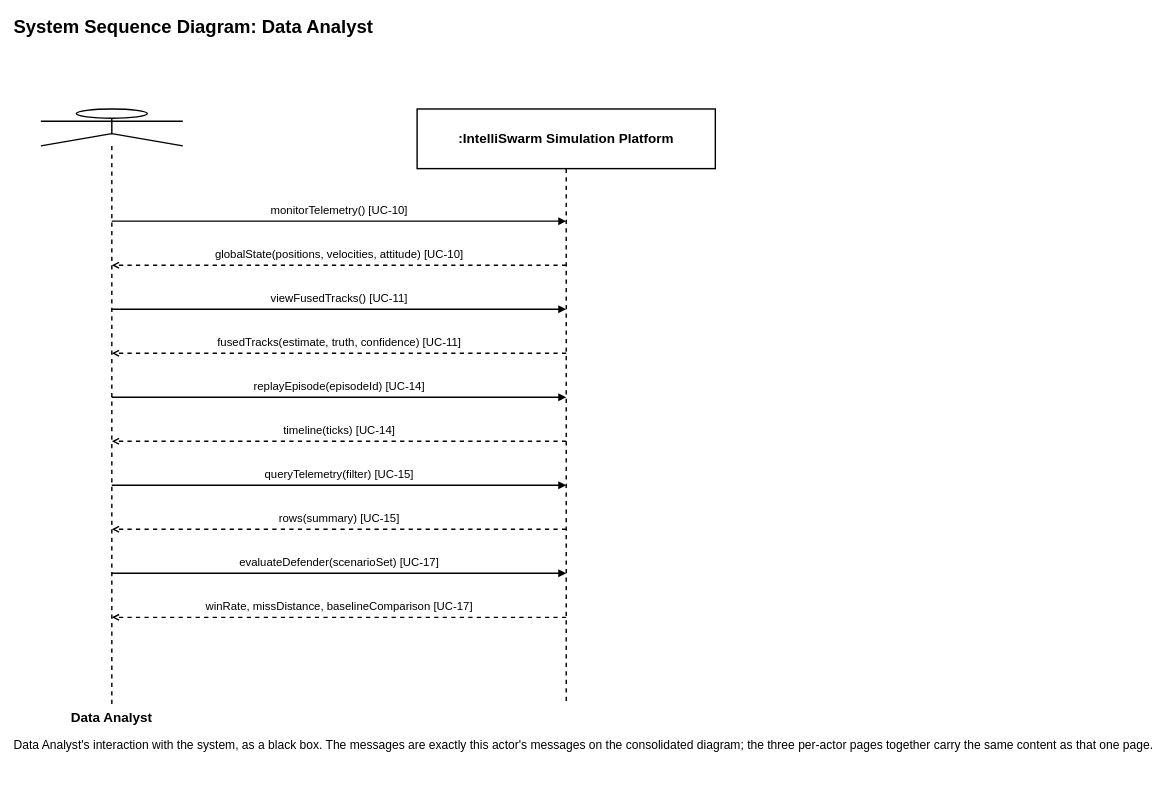
The draw.io diagram page "SSD: Data Analyst" (3 of 4) of 11_system_sequence_diagram.drawio in syedmohammad611/diagrams, before the edit. Source tidied: cells renumbered, new cells numbered last; positions are measured from the earlier drawing's top-left corner, leaving out a move shared by most shapes. Both pictures are drawn from the tidied source at 71%, with x=0, y=0 at pixel (12, 12).
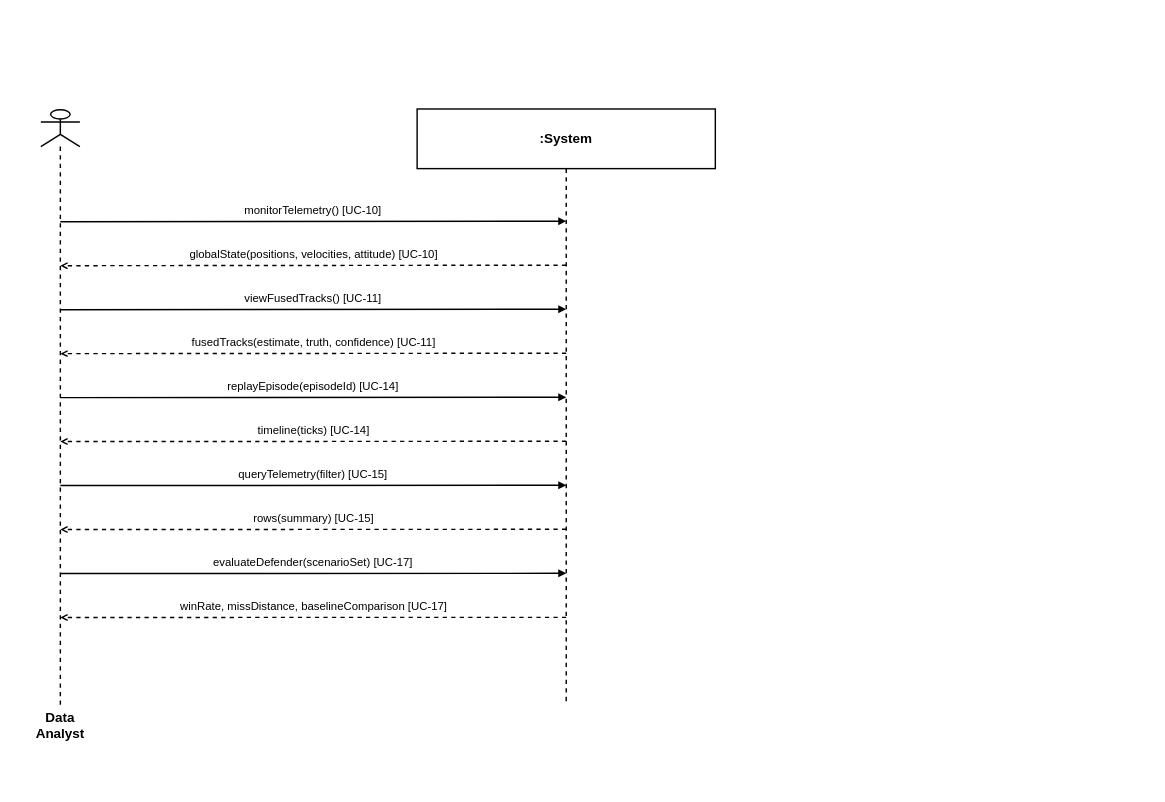
After the change.

Commit message (it also covers changes not shown here):
refactor: update system sequence diagram drawio layout and components

What changed in the source:
```diff
@@
-<mxGraphModel>
+<mxGraphModel background="#ffffff">
   <root>
     <mxCell id="0" />
     <mxCell id="1" parent="0" />
-    <mxCell id="2" value="System Sequence Diagram: Data Analyst" style="text;html=1;strokeColor=none;fillColor=none;align=left;verticalAlign=middle;fontFamily=Helvetica;fontColor=#000000;fontSize=26;fontStyle=1;" parent="1" vertex="1">
-      <mxGeometry width="1100" height="40" as="geometry" />
-    </mxCell>
     <mxCell id="3" value="Data Analyst" style="shape=umlLifeline;perimeter=lifelinePerimeter;whiteSpace=wrap;html=1;outlineConnect=0;participant=umlActor;fillColor=none;strokeColor=#000000;fontColor=#000000;fontFamily=Helvetica;strokeWidth=2;fontSize=19;fontStyle=1;size=52;verticalLabelPosition=bottom;verticalAlign=top;" parent="1" vertex="1">
-      <mxGeometry x="40" y="136" width="200" height="840" as="geometry" />
+      <mxGeometry x="40" y="137" width="55" height="839" as="geometry" />
     </mxCell>
-    <mxCell id="4" value=":IntelliSwarm Simulation Platform" style="shape=umlLifeline;perimeter=lifelinePerimeter;whiteSpace=wrap;html=1;outlineConnect=0;fillColor=none;strokeColor=#000000;fontColor=#000000;fontFamily=Helvetica;strokeWidth=2;fontSize=19;fontStyle=1;size=84;" parent="1" vertex="1">
+    <mxCell id="4" value=":System" style="shape=umlLifeline;perimeter=lifelinePerimeter;whiteSpace=wrap;html=1;outlineConnect=0;fillColor=none;strokeColor=#000000;fontColor=#000000;fontFamily=Helvetica;strokeWidth=2;fontSize=19;fontStyle=1;size=84;" parent="1" vertex="1">
       <mxGeometry x="570" y="136" width="420" height="840" as="geometry" />
     </mxCell>
     <mxCell id="5" value="monitorTelemetry()  [UC-10]" style="html=1;verticalAlign=bottom;endArrow=block;endFill=1;fillColor=none;strokeColor=#000000;fontColor=#000000;fontFamily=Helvetica;strokeWidth=2;fontSize=16;labelBackgroundColor=#FFFFFF;spacingBottom=4;exitX=0.5;exitY=0.188095;exitDx=0;exitDy=0;entryX=0.5;entryY=0.188095;entryDx=0;entryDy=0;" parent="1" edge="1" source="3" target="4">
       <mxGeometry relative="1" as="geometry" />
     </mxCell>
     <mxCell id="6" value="globalState(positions, velocities, attitude)  [UC-10]" style="html=1;verticalAlign=bottom;endArrow=open;endFill=0;dashed=1;fillColor=none;strokeColor=#000000;fontColor=#000000;fontFamily=Helvetica;strokeWidth=2;fontSize=16;labelBackgroundColor=#FFFFFF;spacingBottom=4;exitX=0.5;exitY=0.261905;exitDx=0;exitDy=0;entryX=0.5;entryY=0.261905;entryDx=0;entryDy=0;" parent="1" edge="1" source="4" target="3">
       <mxGeometry relative="1" as="geometry" />
     </mxCell>
     <mxCell id="7" value="viewFusedTracks()  [UC-11]" style="html=1;verticalAlign=bottom;endArrow=block;endFill=1;fillColor=none;strokeColor=#000000;fontColor=#000000;fontFamily=Helvetica;strokeWidth=2;fontSize=16;labelBackgroundColor=#FFFFFF;spacingBottom=4;exitX=0.5;exitY=0.335714;exitDx=0;exitDy=0;entryX=0.5;entryY=0.335714;entryDx=0;entryDy=0;" parent="1" edge="1" source="3" target="4">
       <mxGeometry relative="1" as="geometry" />
     </mxCell>
     <mxCell id="8" value="fusedTracks(estimate, truth, confidence)  [UC-11]" style="html=1;verticalAlign=bottom;endArrow=open;endFill=0;dashed=1;fillColor=none;strokeColor=#000000;fontColor=#000000;fontFamily=Helvetica;strokeWidth=2;fontSize=16;labelBackgroundColor=#FFFFFF;spacingBottom=4;exitX=0.5;exitY=0.409524;exitDx=0;exitDy=0;entryX=0.5;entryY=0.409524;entryDx=0;entryDy=0;" parent="1" edge="1" source="4" target="3">
       <mxGeometry relative="1" as="geometry" />
     </mxCell>
     <mxCell id="9" value="replayEpisode(episodeId)  [UC-14]" style="html=1;verticalAlign=bottom;endArrow=block;endFill=1;fillColor=none;strokeColor=#000000;fontColor=#000000;fontFamily=Helvetica;strokeWidth=2;fontSize=16;labelBackgroundColor=#FFFFFF;spacingBottom=4;exitX=0.5;exitY=0.483333;exitDx=0;exitDy=0;entryX=0.5;entryY=0.483333;entryDx=0;entryDy=0;" parent="1" edge="1" source="3" target="4">
       <mxGeometry relative="1" as="geometry" />
     </mxCell>
     <mxCell id="10" value="timeline(ticks)  [UC-14]" style="html=1;verticalAlign=bottom;endArrow=open;endFill=0;dashed=1;fillColor=none;strokeColor=#000000;fontColor=#000000;fontFamily=Helvetica;strokeWidth=2;fontSize=16;labelBackgroundColor=#FFFFFF;spacingBottom=4;exitX=0.5;exitY=0.557143;exitDx=0;exitDy=0;entryX=0.5;entryY=0.557143;entryDx=0;entryDy=0;" parent="1" edge="1" source="4" target="3">
       <mxGeometry relative="1" as="geometry" />
     </mxCell>
     <mxCell id="11" value="queryTelemetry(filter)  [UC-15]" style="html=1;verticalAlign=bottom;endArrow=block;endFill=1;fillColor=none;strokeColor=#000000;fontColor=#000000;fontFamily=Helvetica;strokeWidth=2;fontSize=16;labelBackgroundColor=#FFFFFF;spacingBottom=4;exitX=0.5;exitY=0.630952;exitDx=0;exitDy=0;entryX=0.5;entryY=0.630952;entryDx=0;entryDy=0;" parent="1" edge="1" source="3" target="4">
       <mxGeometry relative="1" as="geometry" />
     </mxCell>
     <mxCell id="12" value="rows(summary)  [UC-15]" style="html=1;verticalAlign=bottom;endArrow=open;endFill=0;dashed=1;fillColor=none;strokeColor=#000000;fontColor=#000000;fontFamily=Helvetica;strokeWidth=2;fontSize=16;labelBackgroundColor=#FFFFFF;spacingBottom=4;exitX=0.5;exitY=0.704762;exitDx=0;exitDy=0;entryX=0.5;entryY=0.704762;entryDx=0;entryDy=0;" parent="1" edge="1" source="4" target="3">
       <mxGeometry relative="1" as="geometry" />
     </mxCell>
     <mxCell id="13" value="evaluateDefender(scenarioSet)  [UC-17]" style="html=1;verticalAlign=bottom;endArrow=block;endFill=1;fillColor=none;strokeColor=#000000;fontColor=#000000;fontFamily=Helvetica;strokeWidth=2;fontSize=16;labelBackgroundColor=#FFFFFF;spacingBottom=4;exitX=0.5;exitY=0.778571;exitDx=0;exitDy=0;entryX=0.5;entryY=0.778571;entryDx=0;entryDy=0;" parent="1" edge="1" source="3" target="4">
       <mxGeometry relative="1" as="geometry" />
     </mxCell>
     <mxCell id="14" value="winRate, missDistance, baselineComparison  [UC-17]" style="html=1;verticalAlign=bottom;endArrow=open;endFill=0;dashed=1;fillColor=none;strokeColor=#000000;fontColor=#000000;fontFamily=Helvetica;strokeWidth=2;fontSize=16;labelBackgroundColor=#FFFFFF;spacingBottom=4;exitX=0.5;exitY=0.852381;exitDx=0;exitDy=0;entryX=0.5;entryY=0.852381;entryDx=0;entryDy=0;" parent="1" edge="1" source="4" target="3">
       <mxGeometry relative="1" as="geometry" />
     </mxCell>
-    <mxCell id="15" value="Data Analyst's interaction with the system, as a black box. The messages are exactly this actor's messages on the consolidated diagram; the three per-actor pages together carry the same content as that one page." style="text;html=1;strokeColor=none;fillColor=none;align=left;verticalAlign=top;fontFamily=Helvetica;fontColor=#000000;fontSize=17;" parent="1" vertex="1">
-      <mxGeometry y="1016" width="1040" height="80" as="geometry" />
-    </mxCell>
   </root>
 </mxGraphModel>
```
